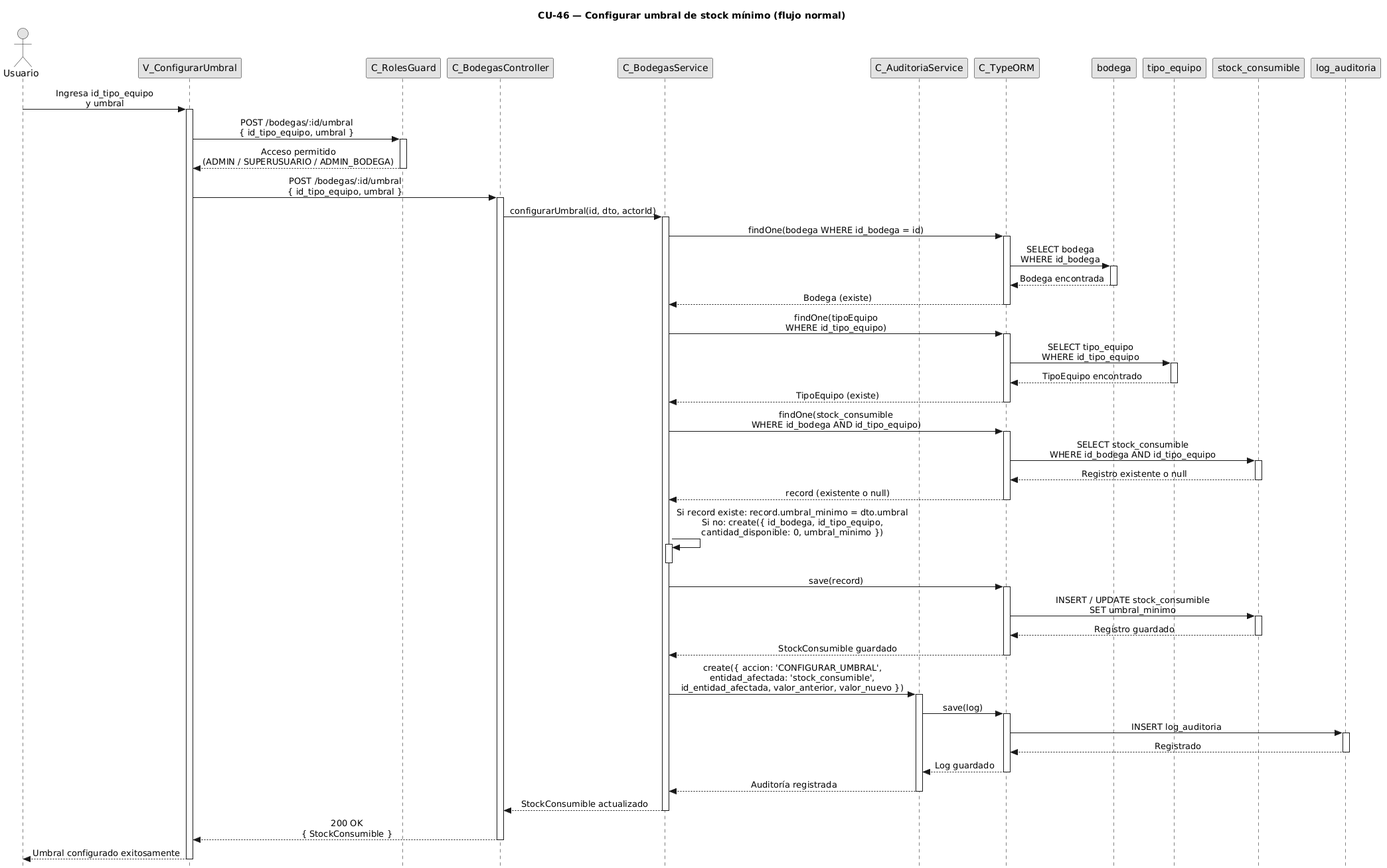
Before: diagramas/diagramas-secuencia/CU46/CU46-normal.png, a diagram exported from PlantUML (FSM-Finet-y-Cable-Magico/Team_1-Inventario-y-Bodega). The source it was exported from:
```plantuml
@startuml
title CU-46 — Configurar umbral de stock mínimo (flujo normal)

skinparam style strictuml
skinparam monochrome true
skinparam shadowing false
skinparam sequenceMessageAlign center
skinparam sequence {
  MessageAlign center
  LifeLineBorderColor black
}
hide footbox

actor "Usuario" as user
participant "V_ConfigurarUmbral" as view
participant "C_RolesGuard" as guard
participant "C_BodegasController" as ctrl
participant "C_BodegasService" as svc
participant "C_AuditoriaService" as aud
participant "C_TypeORM" as orm
participant "bodega" as bent
participant "tipo_equipo" as tent
participant "stock_consumible" as scent
participant "log_auditoria" as aent

user -> view : Ingresa id_tipo_equipo\ny umbral
activate view

view -> guard : POST /bodegas/:id/umbral\n{ id_tipo_equipo, umbral }
activate guard

guard --> view : Acceso permitido\n(ADMIN / SUPERUSUARIO / ADMIN_BODEGA)
deactivate guard

view -> ctrl : POST /bodegas/:id/umbral\n{ id_tipo_equipo, umbral }
activate ctrl

ctrl -> svc : configurarUmbral(id, dto, actorId)
activate svc

svc -> orm : findOne(bodega WHERE id_bodega = id)
activate orm

orm -> bent : SELECT bodega\nWHERE id_bodega
activate bent
bent --> orm : Bodega encontrada
deactivate bent

orm --> svc : Bodega (existe)
deactivate orm

svc -> orm : findOne(tipoEquipo\nWHERE id_tipo_equipo)
activate orm

orm -> tent : SELECT tipo_equipo\nWHERE id_tipo_equipo
activate tent
tent --> orm : TipoEquipo encontrado
deactivate tent

orm --> svc : TipoEquipo (existe)
deactivate orm

svc -> orm : findOne(stock_consumible\nWHERE id_bodega AND id_tipo_equipo)
activate orm

orm -> scent : SELECT stock_consumible\nWHERE id_bodega AND id_tipo_equipo
activate scent
scent --> orm : Registro existente o null
deactivate scent

orm --> svc : record (existente o null)
deactivate orm

svc -> svc : Si record existe: record.umbral_minimo = dto.umbral\nSi no: create({ id_bodega, id_tipo_equipo,\ncantidad_disponible: 0, umbral_minimo })
activate svc
deactivate svc

svc -> orm : save(record)
activate orm

orm -> scent : INSERT / UPDATE stock_consumible\nSET umbral_minimo
activate scent
scent --> orm : Registro guardado
deactivate scent

orm --> svc : StockConsumible guardado
deactivate orm

svc -> aud : create({ accion: 'CONFIGURAR_UMBRAL',\nentidad_afectada: 'stock_consumible',\nid_entidad_afectada, valor_anterior, valor_nuevo })
activate aud

aud -> orm : save(log)
activate orm

orm -> aent : INSERT log_auditoria
activate aent
aent --> orm : Registrado
deactivate aent

orm --> aud : Log guardado
deactivate orm

aud --> svc : Auditoría registrada
deactivate aud

svc --> ctrl : StockConsumible actualizado
deactivate svc

ctrl --> view : 200 OK\n{ StockConsumible }
deactivate ctrl

view --> user : Umbral configurado exitosamente
deactivate view
@enduml
```
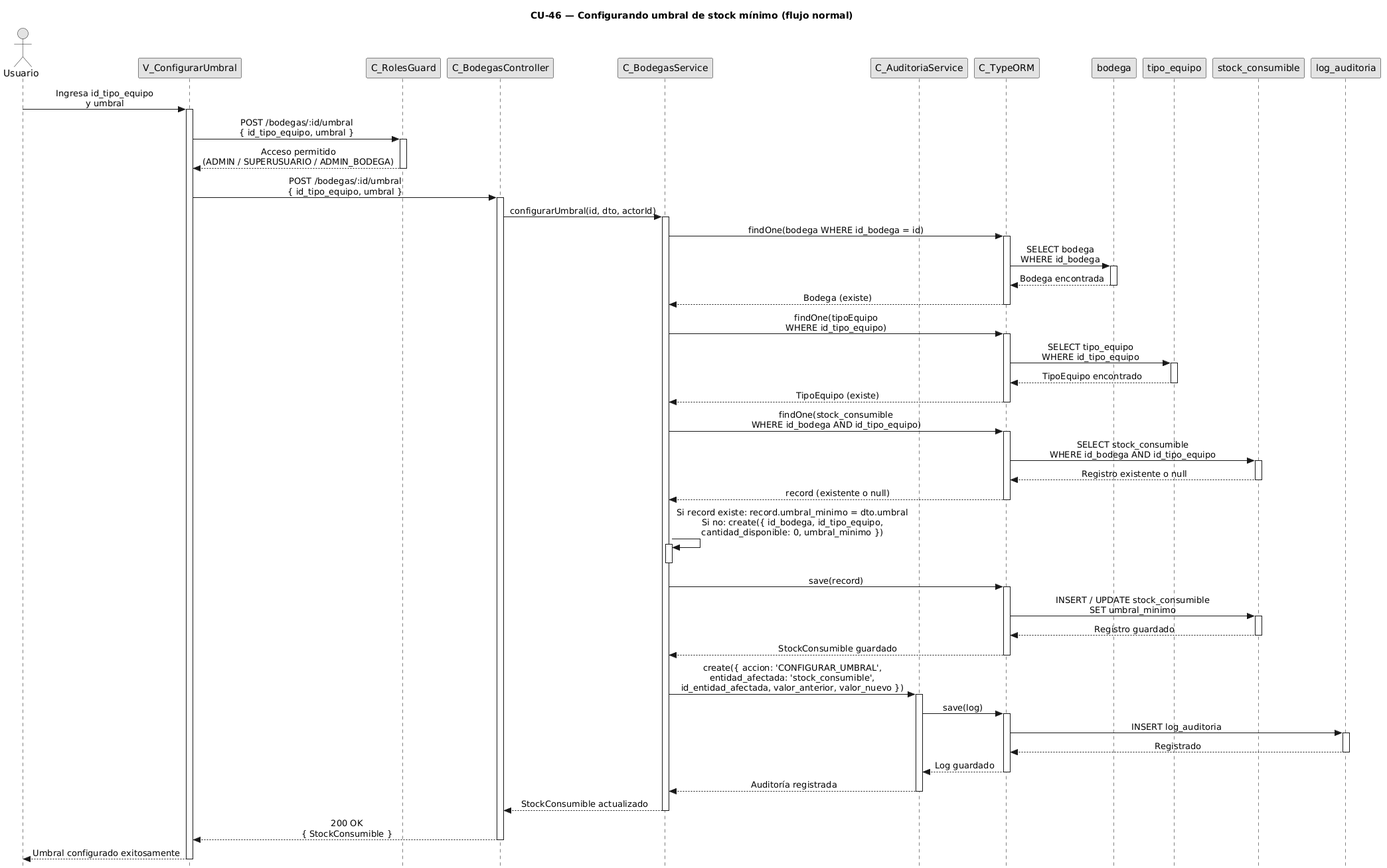
After the commit.

Diff of the diagram source:
```diff
@@ -1,5 +1,5 @@
-@startuml
-title CU-46 — Configurar umbral de stock mínimo (flujo normal)
+@startuml CU46-normal
+title CU-46 — Configurando umbral de stock mínimo (flujo normal)
 
 skinparam style strictuml
 skinparam monochrome true
@@ -111,4 +111,5 @@
 
 view --> user : Umbral configurado exitosamente
 deactivate view
+
 @enduml
```
